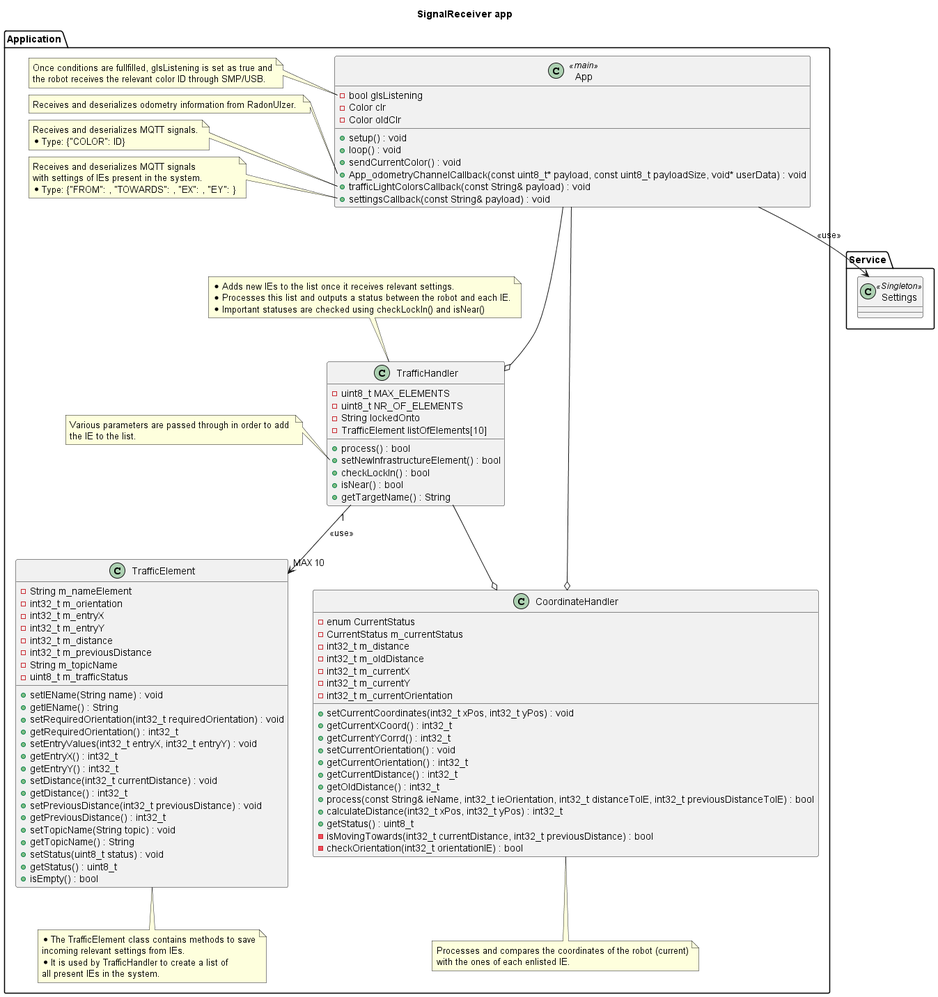
Earlier version of the PlantUML export out/doc/architecture/uml/LogicalView/SignalReceiver.puml/Application/SignalReceiverApplication.png (BlueAndi/DroidControlShip). Its diagram source:
```plantuml
@startuml SignalReceiverApplication

title SignalReceiver app

package "Application" as appLayer {

    class App <<main>>{
        - bool gIsListening
        - Color clr
        - Color oldClr
        + setup() : void
        + loop() : void
        + sendCurrentColor() : void
        + App_odometryChannelCallback(const uint8_t* payload, const uint8_t payloadSize, void* userData) : void
        + trafficLightColorsCallback(const String& payload) : void
        + settingsCallback(const String& payload) : void
    }

    note left of App::gIsListening
        Once conditions are fullfilled, gIsListening is set as true and
        the robot receives the relevant color ID through SMP/USB.
    end note

    note left of App::App_odometryChannelCallback
        Receives and deserializes odometry information from RadonUlzer.
    end note

    note left of App::trafficLightColorsCallback
        Receives and deserializes MQTT signals.
        * Type: {"COLOR": ID}
    end note

    note left of App::settingsCallback
        Receives and deserializes MQTT signals
        with settings of IEs present in the system.
        * Type: {"FROM": , "TOWARDS": , "EX": , "EY": }
    end note

    class "TrafficElement" as te
    {
        -String m_nameElement
        -int32_t m_orientation
        -int32_t m_entryX
        -int32_t m_entryY
        -int32_t m_distance
        -int32_t m_previousDistance
        -String m_topicName
        -uint8_t m_trafficStatus
        +setIEName(String name) : void
        +getIEName() : String
        +setRequiredOrientation(int32_t requiredOrientation) : void
        +getRequiredOrientation() : int32_t
        +setEntryValues(int32_t entryX, int32_t entryY) : void
        +getEntryX() : int32_t
        +getEntryY() : int32_t
        +setDistance(int32_t currentDistance) : void
        +getDistance() : int32_t
        +setPreviousDistance(int32_t previousDistance) : void
        +getPreviousDistance() : int32_t
        +setTopicName(String topic) : void
        +getTopicName() : String
        +setStatus(uint8_t status) : void
        +getStatus() : uint8_t
        +isEmpty() : bool
    }

    note bottom of te
        * The TrafficElement class contains methods to save
        incoming relevant settings from IEs.
        * It is used by TrafficHandler to create a list of
        all present IEs in the system.
    end note

    class "TrafficHandler" as th
    {
        -uint8_t MAX_ELEMENTS
        -uint8_t NR_OF_ELEMENTS
        -String lockedOnto
        -TrafficElement listOfElements[10]
        +process() : bool
        +setNewInfrastructureElement() : bool
        +checkLockIn() : bool
        +isNear() : bool
        +getTargetName() : String
    }

    note top of th
        * Adds new IEs to the list once it receives relevant settings.
        * Processes this list and outputs a status between the robot and each IE.
        * Important statuses are checked using checkLockIn() and isNear()
    end note

    note left of th::setNewInfrastructureElement()
        Various parameters are passed through in order to add
        the IE to the list.
    end note

    class "CoordinateHandler" as ch
    {
        -enum CurrentStatus
        -CurrentStatus m_currentStatus
        -int32_t m_distance
        -int32_t m_oldDistance
        -int32_t m_currentX
        -int32_t m_currentY
        -int32_t m_currentOrientation
        +setCurrentCoordinates(int32_t xPos, int32_t yPos) : void
        +getCurrentXCoord() : int32_t
        +getCurrentYCorrd() : int32_t
        +setCurrentOrientation() : void
        +getCurrentOrientation() : int32_t
        +getCurrentDistance() : int32_t
        +getOldDistance() : int32_t
        +process(const String& ieName, int32_t ieOrientation, int32_t distanceToIE, int32_t previousDistanceToIE) : bool
        +calculateDistance(int32_t xPos, int32_t yPos) : int32_t
        +getStatus() : uint8_t
        -isMovingTowards(int32_t currentDistance, int32_t previousDistance) : bool
        -checkOrientation(int32_t orientationIE) : bool
    }

    note bottom of ch
        Processes and compares the coordinates of the robot (current)
        with the ones of each enlisted IE.
    end note
}

package "Service" as serviceLayer {
    class Settings <<Singleton>>
}

App ---o th
App --o ch
App --> Settings : <<use>>
th "1" --> "MAX 10" te : <<use>>
th --o ch

@enduml
```
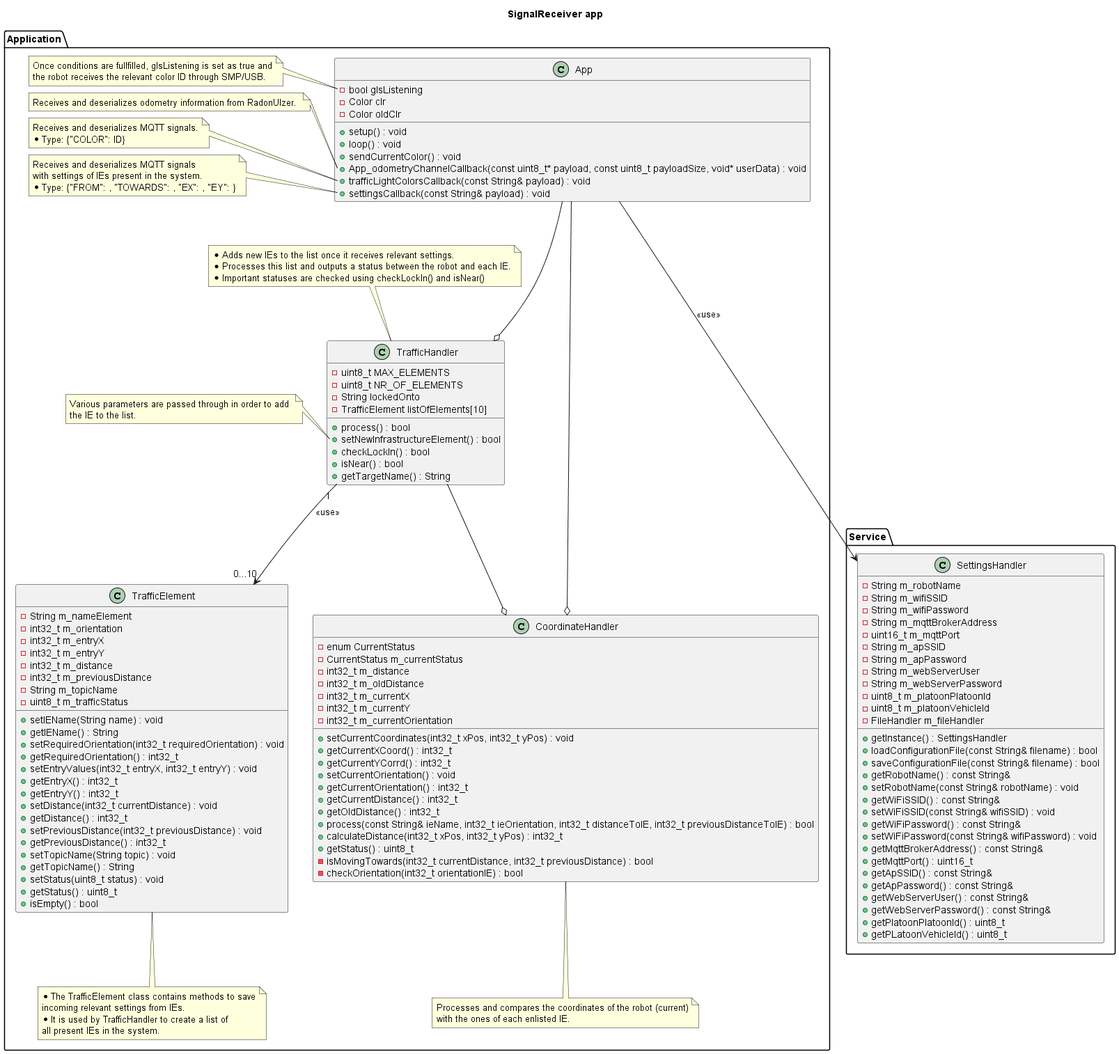
The same file after the commit.

The edit, as a diff of the source:
```diff
@@ -4,7 +4,7 @@
 
 package "Application" as appLayer {
 
-    class App <<main>>{
+    class App {
         - bool gIsListening
         - Color clr
         - Color oldClr
@@ -125,13 +125,43 @@
 }
 
 package "Service" as serviceLayer {
-    class Settings <<Singleton>>
+    class SettingsHandler {
+        - String m_robotName
+        - String m_wifiSSID
+        - String m_wifiPassword
+        - String m_mqttBrokerAddress
+        - uint16_t m_mqttPort
+        - String m_apSSID
+        - String m_apPassword
+        - String m_webServerUser
+        - String m_webServerPassword
+        - uint8_t m_platoonPlatoonId
+        - uint8_t m_platoonVehicleId
+        - FileHandler m_fileHandler
+        + getInstance() : SettingsHandler
+        + loadConfigurationFile(const String& filename) : bool
+        + saveConfigurationFile(const String& filename) : bool
+        + getRobotName() : const String&
+        + setRobotName(const String& robotName) : void
+        + getWiFiSSID() : const String&
+        + setWiFiSSID(const String& wifiSSID) : void
+        + getWiFiPassword() : const String&
+        + setWiFiPassword(const String& wifiPassword) : void
+        + getMqttBrokerAddress() : const String&
+        + getMqttPort() : uint16_t
+        + getApSSID() : const String&
+        + getApPassword() : const String&
+        + getWebServerUser() : const String&
+        + getWebServerPassword() : const String&
+        + getPlatoonPlatoonId() : uint8_t
+        + getPLatoonVehicleId() : uint8_t
+    }
 }
 
 App ---o th
 App --o ch
-App --> Settings : <<use>>
-th "1" --> "MAX 10" te : <<use>>
+App ----> SettingsHandler : <<use>>
+th "1" --> "0...10" te : <<use>>
 th --o ch
 
 @enduml
```
